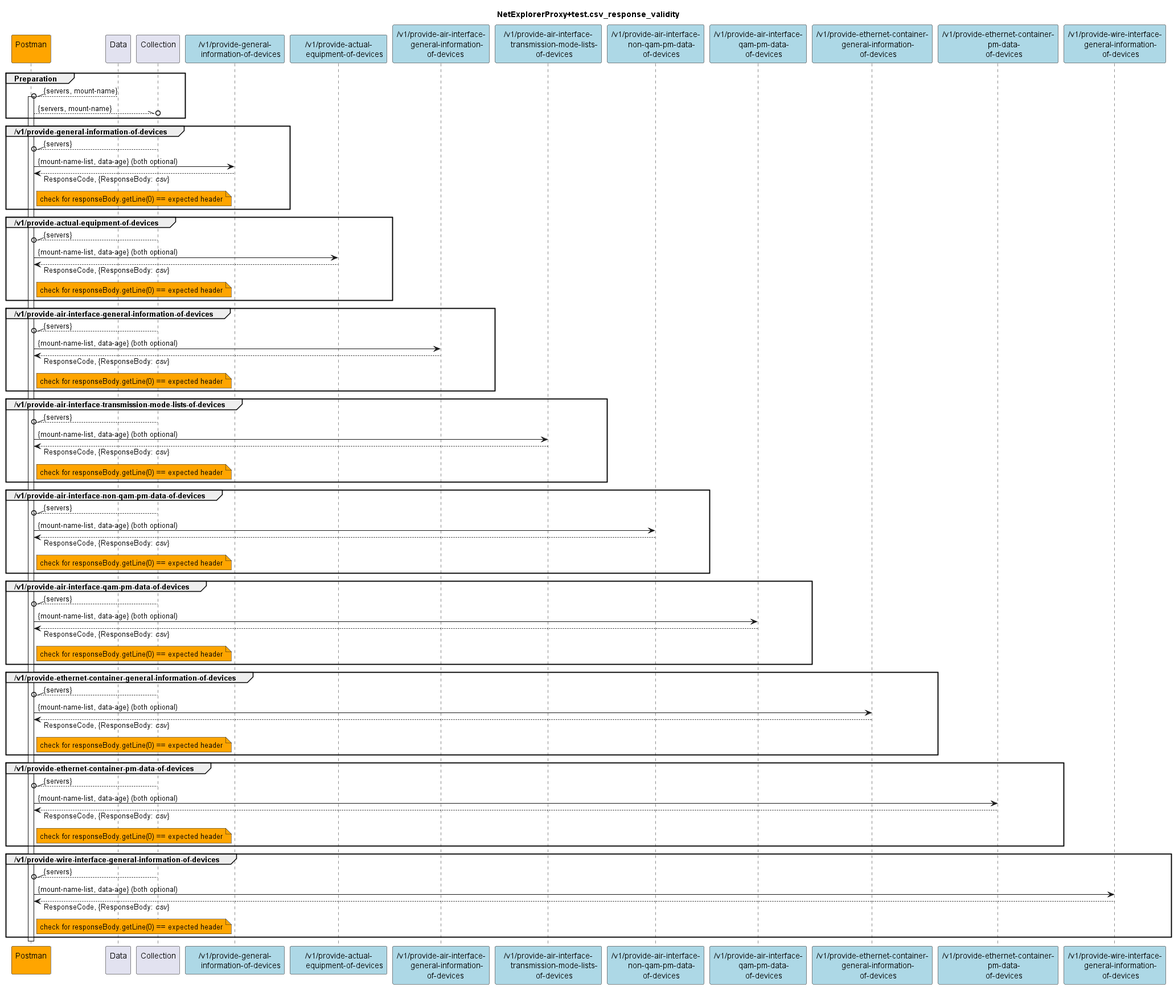
This is testing/2_functional/csv_response_validity/v1.0.0/diagrams/NetExplorerProxy+diagram.csv_response_validity.png from openBackhaul/NetExplorerProxy, a PlantUML export, as it was before one commit.
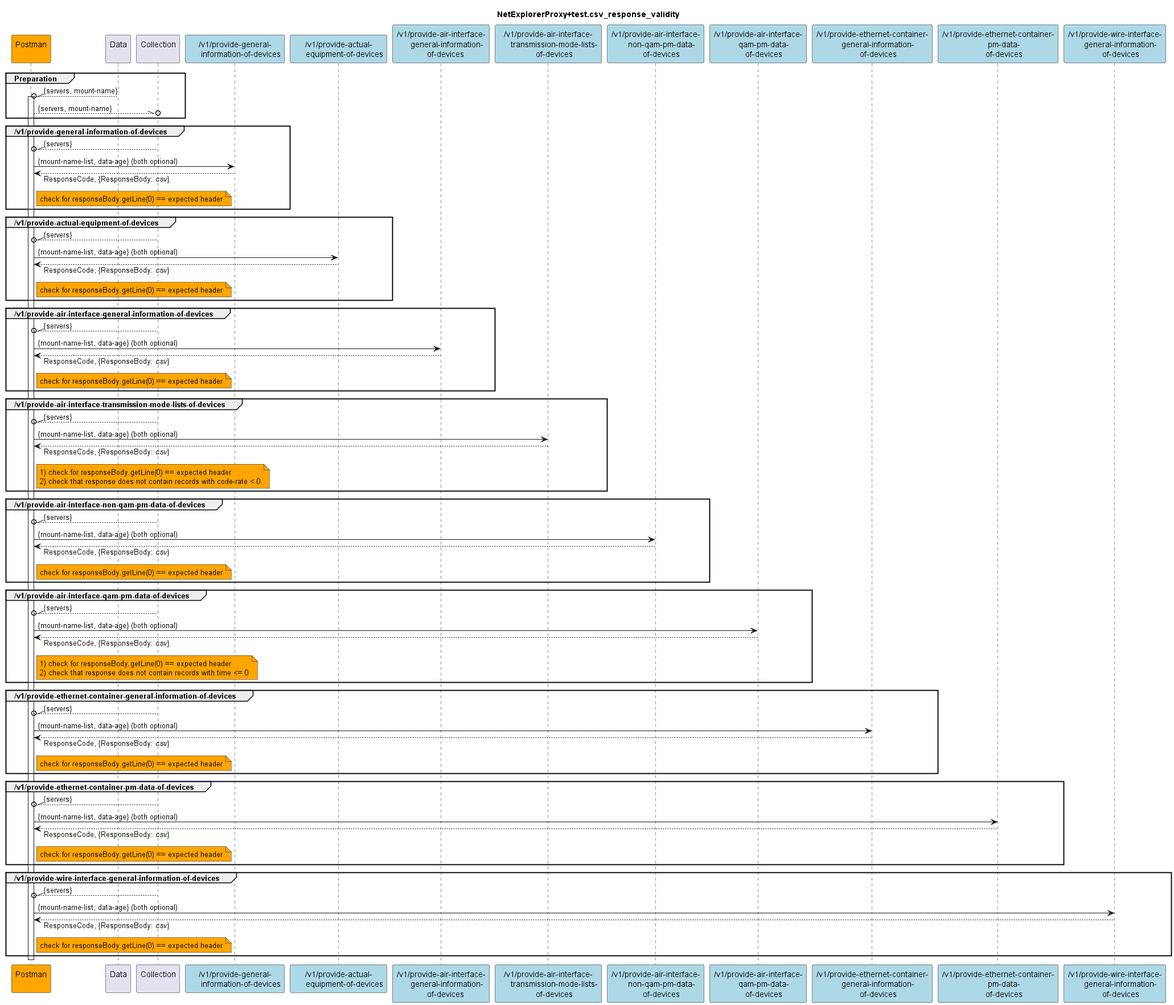
After the change.

Change to the diagram source:
```diff
@@ -57,7 +57,8 @@
   Postman -> airTml: {mount-name-list, data-age} (both optional)
   Postman <-- airTml: ResponseCode, {ResponseBody: <i>csv</i>}
   note right Postman #Orange
-    check for responseBody.getLine(0) == expected header
+    1) check for responseBody.getLine(0) == expected header
+    2) check that response does not contain records with code-rate < 0
   end note
 end
 
@@ -75,7 +76,8 @@
   Postman -> airQam: {mount-name-list, data-age} (both optional)
   Postman <-- airQam: ResponseCode, {ResponseBody: <i>csv</i>}
   note right Postman #Orange
-    check for responseBody.getLine(0) == expected header
+    1) check for responseBody.getLine(0) == expected header
+    2) check that response does not contain records with time <= 0
   end note
 end
 
```
